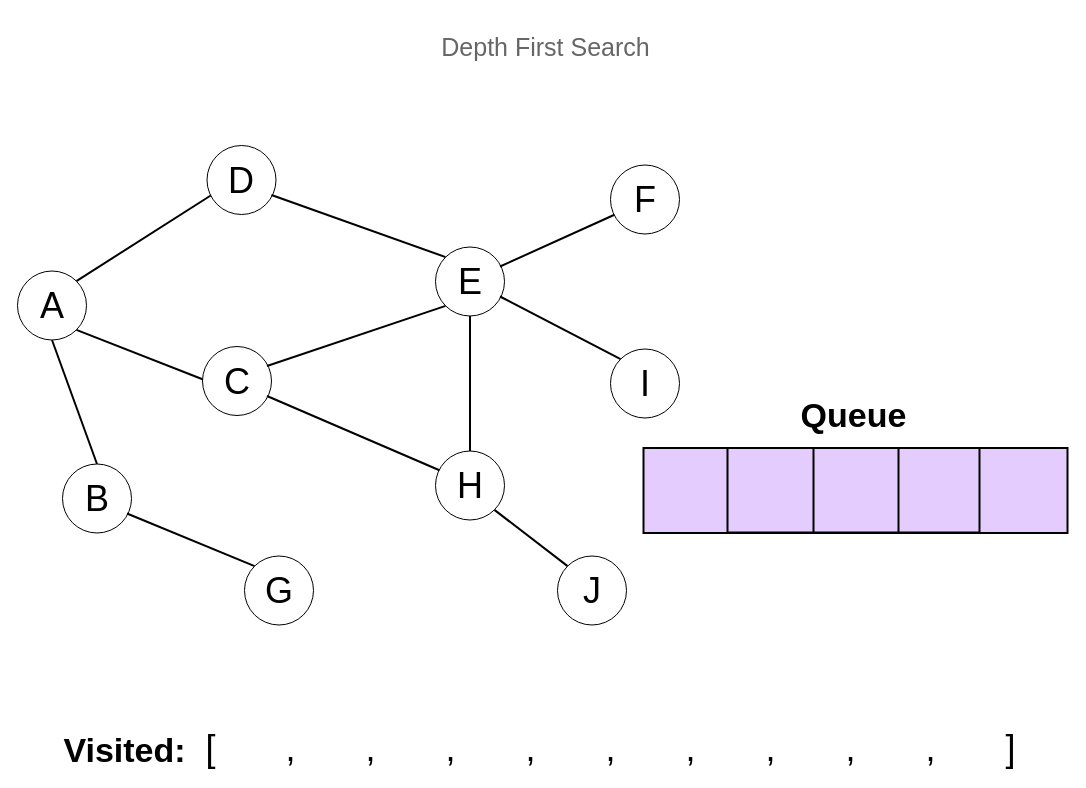
echoaj/TCS_PowerPoints keeps this draw.io diagram as Handouts/Breadth-First-Search.drawio. Above is the earlier version. Source tidied: cells renumbered, new cells numbered last; positions are measured from the earlier drawing's top-left corner, leaving out a move shared by most shapes. Both pictures are drawn from the tidied source at 100%, with x=0, y=0 at pixel (17, 17).
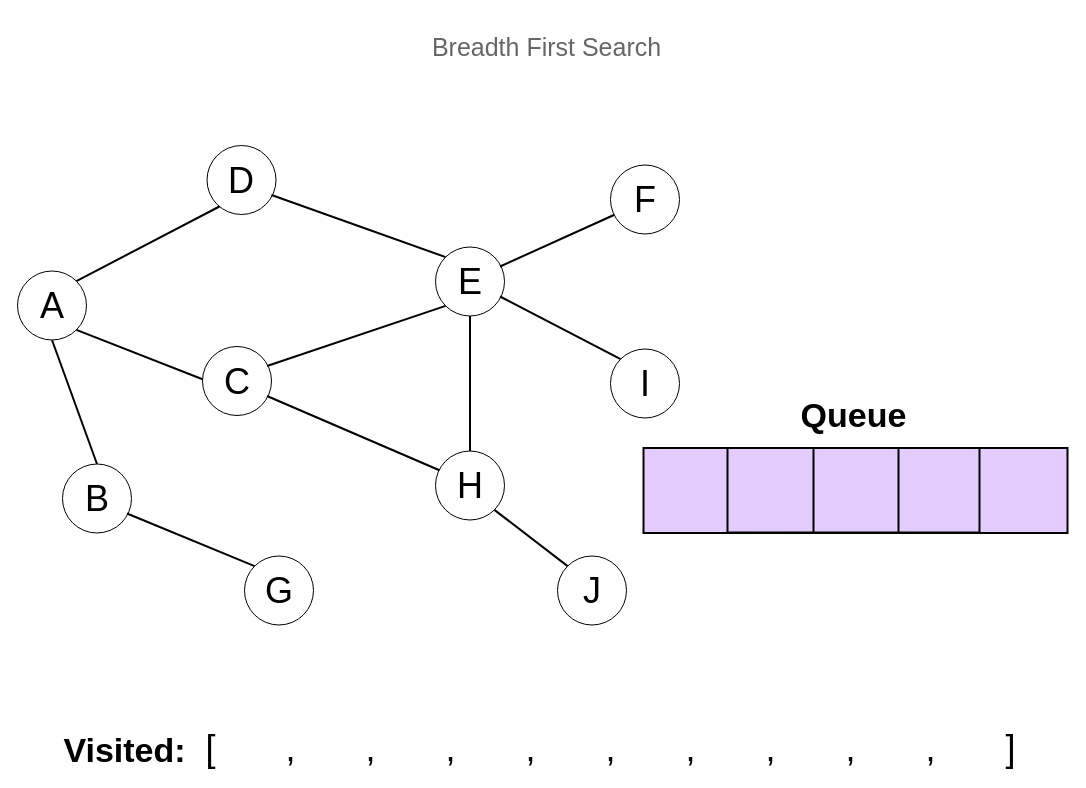
The same page after the edit.

The change refers to these unchanged cells:
```xml
<mxCell id="5" style="ellipse;whiteSpace=wrap;html=1;" parent="1" vertex="1">
  <mxGeometry y="253.5" width="69" height="69" as="geometry" />
</mxCell>
<mxCell id="9" value="&lt;font style=&quot;font-size: 36px&quot;&gt;D&lt;/font&gt;" style="text;html=1;strokeColor=none;fillColor=none;align=center;verticalAlign=middle;whiteSpace=wrap;rounded=0;" parent="1" vertex="1">
  <mxGeometry x="194" y="147.5" width="60" height="30" as="geometry" />
</mxCell>
```

Change to the diagram source:
```diff
@@
-    <mxCell id="3" style="edgeStyle=none;rounded=0;jettySize=auto;html=1;exitX=1;exitY=0;exitDx=0;exitDy=0;entryX=0;entryY=1;entryDx=0;entryDy=0;fontSize=36;endArrow=none;endFill=0;strokeWidth=2;" parent="1" edge="1" source="5" target="9">
+    <mxCell id="3" style="edgeStyle=none;rounded=0;jettySize=auto;html=1;exitX=1;exitY=0;exitDx=0;exitDy=0;entryX=0.5;entryY=1;entryDx=0;entryDy=0;fontSize=36;endArrow=none;endFill=0;strokeWidth=2;" parent="1" edge="1" source="5" target="9">
       <mxGeometry relative="1" as="geometry" />
     </mxCell>
@@
-    <mxCell id="33" value="&lt;font style=&quot;font-size: 25px&quot; color=&quot;#666666&quot;&gt;Depth First Search&lt;/font&gt;" style="text;html=1;align=center;verticalAlign=middle;fontSize=36;" parent="1" vertex="1">
-      <mxGeometry x="419" width="218" height="51" as="geometry" />
+    <mxCell id="33" value="&lt;font style=&quot;font-size: 25px&quot; color=&quot;#666666&quot;&gt;Breadth First Search&lt;/font&gt;" style="text;html=1;align=center;verticalAlign=middle;fontSize=36;" parent="1" vertex="1">
+      <mxGeometry x="409" width="239" height="51" as="geometry" />
     </mxCell>
```
